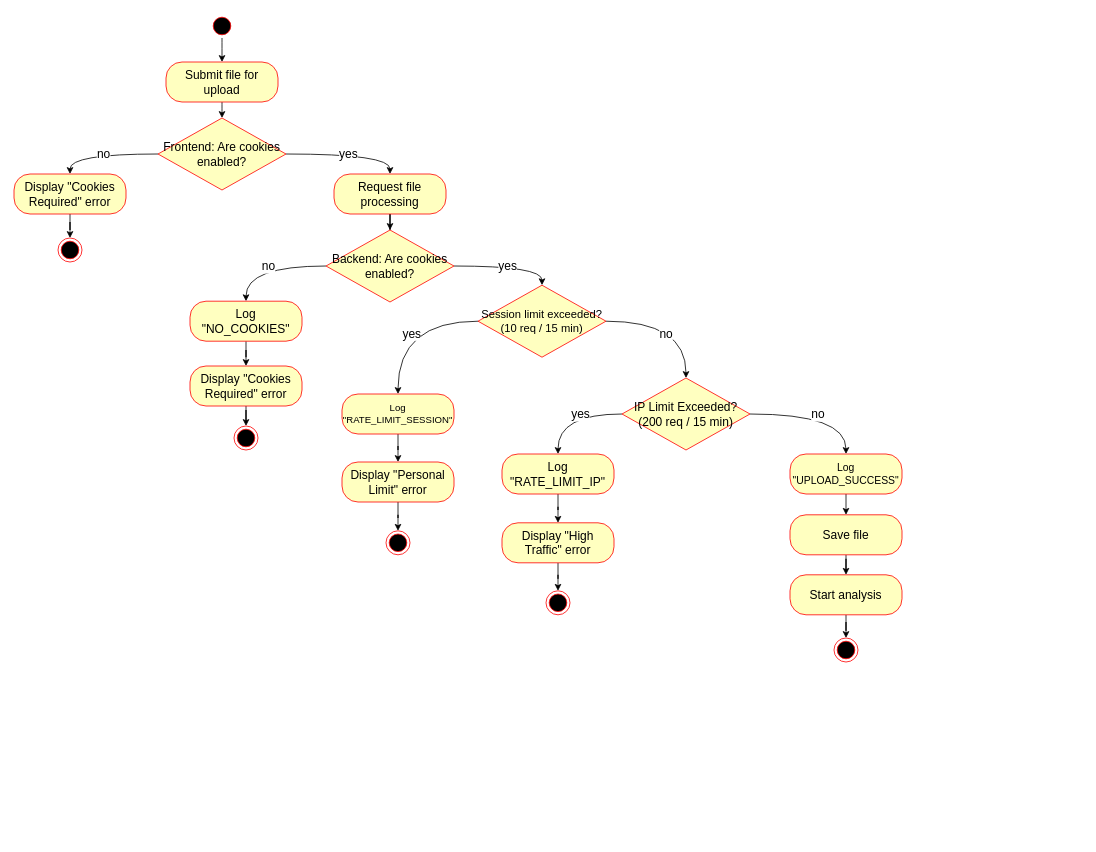
Zabuelis/WebShark keeps this draw.io diagram as doc/WebShark_Rate_Limit_Activity.drawio. Above is the earlier version. Source tidied: cells renumbered, new cells numbered last; positions are measured from the earlier drawing's top-left corner, leaving out a move shared by most shapes. Both pictures are drawn from the tidied source at 80%, with x=0, y=0 at pixel (14, 14).
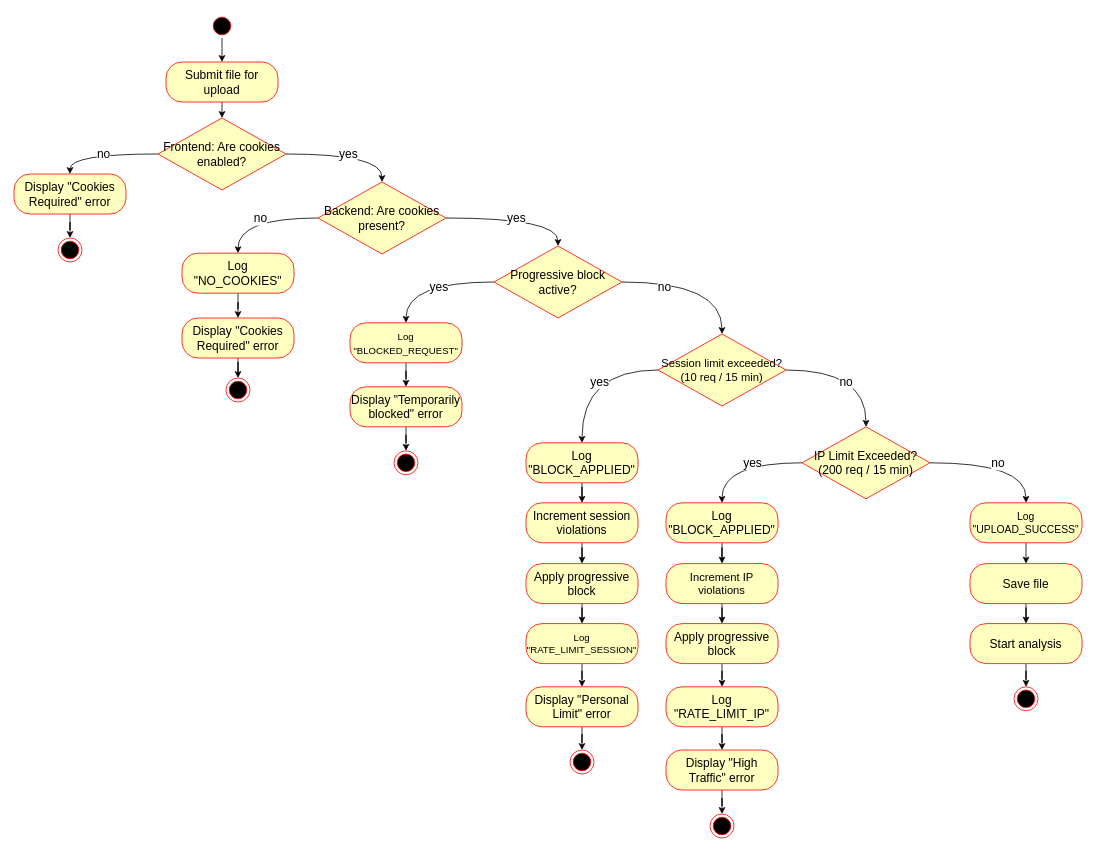
The same diagram, later.

Commit message (it also covers changes not shown here):
updated rate limit activity diagram

The change refers to these unchanged cells:
```xml
<mxCell id="9" value="Frontend: Are cookies enabled?" style="rhombus;fontColor=#000000;fillColor=#ffffc0;strokeColor=#ff0000;fontSize=15;verticalAlign=middle;autosizeText=0;html=1;whiteSpace=wrap;" parent="1" vertex="1">
  <mxGeometry x="180" y="130" width="160" height="90" as="geometry" />
</mxCell>
```

Diff of the diagram source:
```diff
@@
     <mxCell id="4" style="ellipse;html=1;shape=endState;fillColor=#000000;strokeColor=#ff0000;fontSize=14;" parent="1" vertex="1">
-      <mxGeometry x="1025" y="780" width="30" height="30" as="geometry" />
+      <mxGeometry x="1250" y="841" width="30" height="30" as="geometry" />
     </mxCell>
@@
-    <mxCell id="8" value="yes" style="edgeStyle=orthogonalEdgeStyle;rounded=0;jettySize=auto;html=1;entryX=0.5;entryY=0;entryDx=0;entryDy=0;curved=1;fontSize=15;" parent="1" edge="1" source="9" target="13">
-      <mxGeometry relative="1" as="geometry" />
-    </mxCell>
+    <mxCell id="45" value="yes" style="edgeStyle=orthogonalEdgeStyle;rounded=0;jettySize=auto;html=1;exitX=1;exitY=0.5;exitDx=0;exitDy=0;entryX=0.5;entryY=0;entryDx=0;entryDy=0;curved=1;fontSize=15;" parent="1" edge="1" source="9" target="34">
+      <mxGeometry relative="1" as="geometry" />
+    </mxCell>
@@
-    <mxCell id="12" style="edgeStyle=orthogonalEdgeStyle;rounded=0;jettySize=auto;html=1;entryX=0.5;entryY=0;entryDx=0;entryDy=0;" parent="1" edge="1" source="13" target="34">
-      <mxGeometry relative="1" as="geometry" />
-    </mxCell>
-    <mxCell id="13" value="Request file processing" style="rounded=1;whiteSpace=wrap;html=1;arcSize=40;fontColor=#000000;fillColor=#ffffc0;strokeColor=#ff0000;fontSize=15;" parent="1" vertex="1">
-      <mxGeometry x="400" y="200" width="140" height="50" as="geometry" />
-    </mxCell>
@@
-    <mxCell id="15" value="yes" style="edgeStyle=orthogonalEdgeStyle;rounded=0;jettySize=auto;html=1;entryX=0.5;entryY=0;entryDx=0;entryDy=0;curved=1;fontSize=15;verticalAlign=top;align=left;" parent="1" edge="1" source="16" target="27">
-      <mxGeometry relative="1" as="geometry" />
-    </mxCell>
+    <mxCell id="46" style="edgeStyle=orthogonalEdgeStyle;rounded=0;jettySize=auto;html=1;exitX=0;exitY=0.5;exitDx=0;exitDy=0;entryX=0.5;entryY=0;entryDx=0;entryDy=0;curved=1;" parent="1" edge="1" source="16" target="67">
+      <mxGeometry relative="1" as="geometry" />
+    </mxCell>
+    <mxCell id="47" value="yes" style="edgeLabel;html=1;align=center;verticalAlign=middle;fontSize=15;" parent="46" vertex="1">
+      <mxGeometry x="-0.19" y="13" relative="1" as="geometry">
+        <mxPoint x="1" as="offset" />
+      </mxGeometry>
+    </mxCell>
     <mxCell id="16" value="Session limit exceeded? (10 req / 15 min)" style="rhombus;whiteSpace=wrap;html=1;fontColor=#000000;fillColor=#ffffc0;strokeColor=#ff0000;fontSize=14;verticalAlign=middle;align=center;" parent="1" vertex="1">
-      <mxGeometry x="580" y="339" width="160" height="90" as="geometry" />
+      <mxGeometry x="805" y="400" width="160" height="90" as="geometry" />
     </mxCell>
-    <mxCell id="17" value="yes" style="edgeStyle=orthogonalEdgeStyle;rounded=0;jettySize=auto;html=1;entryX=0.5;entryY=0;entryDx=0;entryDy=0;curved=1;exitX=0;exitY=0.5;exitDx=0;exitDy=0;fontSize=15;align=left;verticalAlign=middle;" parent="1" edge="1" source="19" target="25">
-      <mxGeometry relative="1" as="geometry" />
-    </mxCell>
@@
+    <mxCell id="48" value="&lt;div align=&quot;left&quot;&gt;yes&lt;/div&gt;" style="edgeStyle=orthogonalEdgeStyle;rounded=0;jettySize=auto;html=1;exitX=0;exitY=0.5;exitDx=0;exitDy=0;entryX=0.5;entryY=0;entryDx=0;entryDy=0;curved=1;align=left;fontSize=15;" parent="1" edge="1" source="19" target="65">
+      <mxGeometry relative="1" as="geometry" />
+    </mxCell>
     <mxCell id="19" value="IP Limit Exceeded? (200 req / 15 min)" style="rhombus;whiteSpace=wrap;html=1;fontColor=#000000;fillColor=#ffffc0;strokeColor=#ff0000;fontSize=15;" parent="1" vertex="1">
-      <mxGeometry x="760" y="455" width="160" height="90" as="geometry" />
+      <mxGeometry x="985" y="516" width="160" height="90" as="geometry" />
     </mxCell>
@@
     <mxCell id="21" value="Save file" style="rounded=1;whiteSpace=wrap;html=1;arcSize=40;fontColor=#000000;fillColor=#ffffc0;strokeColor=#ff0000;fontSize=15;" parent="1" vertex="1">
-      <mxGeometry x="970" y="626" width="140" height="50" as="geometry" />
+      <mxGeometry x="1195" y="687" width="140" height="50" as="geometry" />
     </mxCell>
@@
     <mxCell id="23" value="Start analysis" style="rounded=1;whiteSpace=wrap;html=1;arcSize=40;fontColor=#000000;fillColor=#ffffc0;strokeColor=#ff0000;fontSize=15;" parent="1" vertex="1">
-      <mxGeometry x="970" y="701" width="140" height="50" as="geometry" />
+      <mxGeometry x="1195" y="762" width="140" height="50" as="geometry" />
     </mxCell>
@@
     <mxCell id="25" value="Log &quot;RATE_LIMIT_IP&quot;" style="rounded=1;whiteSpace=wrap;html=1;arcSize=40;fontColor=#000000;fillColor=#ffffc0;strokeColor=#ff0000;fontSize=15;" parent="1" vertex="1">
-      <mxGeometry x="610" y="550" width="140" height="50" as="geometry" />
+      <mxGeometry x="815" y="841" width="140" height="50" as="geometry" />
     </mxCell>
@@
     <mxCell id="27" value="Log &quot;RATE_LIMIT_SESSION&quot;" style="rounded=1;whiteSpace=wrap;html=1;arcSize=40;fontColor=#000000;fillColor=#ffffc0;strokeColor=#ff0000;fontSize=12;" parent="1" vertex="1">
-      <mxGeometry x="410" y="475" width="140" height="50" as="geometry" />
+      <mxGeometry x="640" y="762" width="140" height="50" as="geometry" />
     </mxCell>
@@
     <mxCell id="29" value="Display &quot;Personal Limit&quot; error" style="rounded=1;whiteSpace=wrap;html=1;arcSize=40;fontColor=#000000;fillColor=#ffffc0;strokeColor=#ff0000;fontSize=15;" parent="1" vertex="1">
-      <mxGeometry x="410" y="560" width="140" height="50" as="geometry" />
+      <mxGeometry x="640" y="841" width="140" height="50" as="geometry" />
     </mxCell>
@@
     <mxCell id="31" value="Display &quot;High Traffic&quot; error" style="rounded=1;whiteSpace=wrap;html=1;arcSize=40;fontColor=#000000;fillColor=#ffffc0;strokeColor=#ff0000;fontSize=15;" parent="1" vertex="1">
-      <mxGeometry x="610" y="636" width="140" height="50" as="geometry" />
+      <mxGeometry x="815" y="920" width="140" height="50" as="geometry" />
     </mxCell>
@@
-    <mxCell id="33" value="yes" style="edgeStyle=orthogonalEdgeStyle;rounded=0;jettySize=auto;html=1;entryX=0.5;entryY=0;entryDx=0;entryDy=0;curved=1;fontSize=15;" parent="1" edge="1" source="34" target="16">
-      <mxGeometry relative="1" as="geometry" />
-    </mxCell>
+    <mxCell id="49" value="yes" style="edgeStyle=orthogonalEdgeStyle;rounded=0;jettySize=auto;html=1;exitX=1;exitY=0.5;exitDx=0;exitDy=0;entryX=0.5;entryY=0;entryDx=0;entryDy=0;curved=1;fontSize=15;" parent="1" edge="1" source="34" target="54">
+      <mxGeometry relative="1" as="geometry" />
+    </mxCell>
-    <mxCell id="34" value="Backend: Are cookies enabled?" style="rhombus;whiteSpace=wrap;html=1;fontColor=#000000;fillColor=#ffffc0;strokeColor=#ff0000;fontSize=15;" parent="1" vertex="1">
-      <mxGeometry x="390" y="270" width="160" height="90" as="geometry" />
+    <mxCell id="34" value="Backend: Are cookies present?" style="rhombus;whiteSpace=wrap;html=1;fontColor=#000000;fillColor=#ffffc0;strokeColor=#ff0000;fontSize=15;" parent="1" vertex="1">
+      <mxGeometry x="380" y="210" width="160" height="90" as="geometry" />
     </mxCell>
@@
     <mxCell id="37" value="Display &quot;Cookies Required&quot; error" style="rounded=1;whiteSpace=wrap;html=1;arcSize=40;fontColor=#000000;fillColor=#ffffc0;strokeColor=#ff0000;fontSize=15;" parent="1" vertex="1">
-      <mxGeometry x="220" y="440" width="140" height="50" as="geometry" />
+      <mxGeometry x="210" y="380" width="140" height="50" as="geometry" />
     </mxCell>
     <mxCell id="38" style="ellipse;html=1;shape=endState;fillColor=#000000;strokeColor=#ff0000;" parent="1" vertex="1">
-      <mxGeometry x="275" y="515" width="30" height="30" as="geometry" />
+      <mxGeometry x="265" y="455" width="30" height="30" as="geometry" />
     </mxCell>
     <mxCell id="39" style="ellipse;html=1;shape=endState;fillColor=#000000;strokeColor=#ff0000;" parent="1" vertex="1">
-      <mxGeometry x="465" y="646" width="30" height="30" as="geometry" />
+      <mxGeometry x="695" y="920" width="30" height="30" as="geometry" />
     </mxCell>
     <mxCell id="40" style="ellipse;html=1;shape=endState;fillColor=#000000;strokeColor=#ff0000;" parent="1" vertex="1">
-      <mxGeometry x="665" y="721" width="30" height="30" as="geometry" />
+      <mxGeometry x="870" y="1000" width="30" height="30" as="geometry" />
     </mxCell>
@@
     <mxCell id="42" value="Log &quot;NO_COOKIES&quot;" style="rounded=1;whiteSpace=wrap;html=1;arcSize=40;fontColor=#000000;fillColor=#ffffc0;strokeColor=#ff0000;fontSize=15;" parent="1" vertex="1">
-      <mxGeometry x="220" y="359" width="140" height="50" as="geometry" />
+      <mxGeometry x="210" y="299" width="140" height="50" as="geometry" />
     </mxCell>
@@
     <mxCell id="44" value="Log &quot;UPLOAD_SUCCESS&quot;" style="rounded=1;whiteSpace=wrap;html=1;arcSize=40;fontColor=#000000;fillColor=#ffffc0;strokeColor=#ff0000;fontSize=13;" parent="1" vertex="1">
-      <mxGeometry x="970" y="550" width="140" height="50" as="geometry" />
+      <mxGeometry x="1195" y="611" width="140" height="50" as="geometry" />
     </mxCell>
+    <mxCell id="50" style="edgeStyle=orthogonalEdgeStyle;rounded=0;jettySize=auto;html=1;entryX=0.5;entryY=0;entryDx=0;entryDy=0;curved=1;" parent="1" edge="1" source="54" target="58">
+      <mxGeometry relative="1" as="geometry" />
+    </mxCell>
+    <mxCell id="51" value="yes" style="edgeLabel;html=1;align=center;verticalAlign=middle;fontSize=15;" parent="50" vertex="1">
+      <mxGeometry x="-0.13" y="5" relative="1" as="geometry" />
+    </mxCell>
+    <mxCell id="52" style="edgeStyle=orthogonalEdgeStyle;rounded=0;jettySize=auto;html=1;exitX=1;exitY=0.5;exitDx=0;exitDy=0;entryX=0.5;entryY=0;entryDx=0;entryDy=0;curved=1;" parent="1" edge="1" source="54" target="16">
+      <mxGeometry relative="1" as="geometry" />
+    </mxCell>
+    <mxCell id="53" value="no" style="edgeLabel;html=1;align=center;verticalAlign=middle;fontSize=15;" parent="52" vertex="1">
+      <mxGeometry x="-0.45" y="-5" relative="1" as="geometry" />
+    </mxCell>
+    <mxCell id="54" value="Progressive block active?" style="rhombus;whiteSpace=wrap;html=1;fontColor=#000000;fillColor=#ffffc0;strokeColor=#ff0000;fontSize=15;" parent="1" vertex="1">
+      <mxGeometry x="600" y="290" width="160" height="90" as="geometry" />
+    </mxCell>
+    <mxCell id="55" style="edgeStyle=orthogonalEdgeStyle;rounded=0;jettySize=auto;html=1;entryX=0.5;entryY=0;entryDx=0;entryDy=0;" parent="1" edge="1" source="56" target="59">
+      <mxGeometry relative="1" as="geometry" />
+    </mxCell>
+    <mxCell id="56" value="Display &quot;Temporarily blocked&quot; error" style="rounded=1;whiteSpace=wrap;html=1;arcSize=40;fontColor=#000000;fillColor=#ffffc0;strokeColor=#ff0000;fontSize=15;" parent="1" vertex="1">
+      <mxGeometry x="420" y="466" width="140" height="50" as="geometry" />
+    </mxCell>
+    <mxCell id="57" style="edgeStyle=orthogonalEdgeStyle;rounded=0;jettySize=auto;html=1;entryX=0.5;entryY=0;entryDx=0;entryDy=0;" parent="1" edge="1" source="58" target="56">
+      <mxGeometry relative="1" as="geometry" />
+    </mxCell>
+    <mxCell id="58" value="&lt;font style=&quot;font-size: 12px;&quot;&gt;Log &quot;BLOCKED_REQUEST&quot;&lt;/font&gt;" style="rounded=1;whiteSpace=wrap;html=1;arcSize=40;fontColor=#000000;fillColor=#ffffc0;strokeColor=#ff0000;fontSize=15;" parent="1" vertex="1">
+      <mxGeometry x="420" y="386" width="140" height="50" as="geometry" />
+    </mxCell>
+    <mxCell id="59" style="ellipse;html=1;shape=endState;fillColor=#000000;strokeColor=#ff0000;" parent="1" vertex="1">
+      <mxGeometry x="475" y="546" width="30" height="30" as="geometry" />
+    </mxCell>
+    <mxCell id="60" style="edgeStyle=orthogonalEdgeStyle;rounded=0;jettySize=auto;html=1;entryX=0.5;entryY=0;entryDx=0;entryDy=0;" parent="1" edge="1" source="61" target="69">
+      <mxGeometry relative="1" as="geometry" />
+    </mxCell>
+    <mxCell id="61" value="&lt;font&gt;Increment session violations&lt;/font&gt;" style="rounded=1;whiteSpace=wrap;html=1;arcSize=40;fontColor=#000000;fillColor=#ffffc0;strokeColor=#ff0000;fontSize=15;" parent="1" vertex="1">
+      <mxGeometry x="640" y="611" width="140" height="50" as="geometry" />
+    </mxCell>
+    <mxCell id="62" style="edgeStyle=orthogonalEdgeStyle;rounded=0;jettySize=auto;html=1;entryX=0.5;entryY=0;entryDx=0;entryDy=0;" parent="1" edge="1" source="63" target="71">
+      <mxGeometry relative="1" as="geometry" />
+    </mxCell>
+    <mxCell id="63" value="&lt;font style=&quot;font-size: 14px;&quot;&gt;Increment IP violations&lt;/font&gt;" style="rounded=1;whiteSpace=wrap;html=1;arcSize=40;fontColor=#000000;fillColor=#ffffc0;strokeColor=#ff0000;fontSize=12;" parent="1" vertex="1">
+      <mxGeometry x="815" y="687" width="140" height="50" as="geometry" />
+    </mxCell>
+    <mxCell id="64" style="edgeStyle=orthogonalEdgeStyle;rounded=0;jettySize=auto;html=1;entryX=0.5;entryY=0;entryDx=0;entryDy=0;" parent="1" edge="1" source="65" target="63">
+      <mxGeometry relative="1" as="geometry" />
+    </mxCell>
+    <mxCell id="65" value="Log &quot;BLOCK_APPLIED&quot;" style="rounded=1;whiteSpace=wrap;html=1;arcSize=40;fontColor=#000000;fillColor=#ffffc0;strokeColor=#ff0000;fontSize=15;" parent="1" vertex="1">
+      <mxGeometry x="815" y="611" width="140" height="50" as="geometry" />
+    </mxCell>
+    <mxCell id="66" style="edgeStyle=orthogonalEdgeStyle;rounded=0;jettySize=auto;html=1;entryX=0.5;entryY=0;entryDx=0;entryDy=0;" parent="1" edge="1" source="67" target="61">
+      <mxGeometry relative="1" as="geometry" />
+    </mxCell>
+    <mxCell id="67" value="Log &quot;BLOCK_APPLIED&quot;" style="rounded=1;whiteSpace=wrap;html=1;arcSize=40;fontColor=#000000;fillColor=#ffffc0;strokeColor=#ff0000;fontSize=15;" parent="1" vertex="1">
+      <mxGeometry x="640" y="536" width="140" height="50" as="geometry" />
+    </mxCell>
+    <mxCell id="68" style="edgeStyle=orthogonalEdgeStyle;rounded=0;jettySize=auto;html=1;entryX=0.5;entryY=0;entryDx=0;entryDy=0;" parent="1" edge="1" source="69" target="27">
+      <mxGeometry relative="1" as="geometry" />
+    </mxCell>
+    <mxCell id="69" value="Apply progressive block" style="rounded=1;whiteSpace=wrap;html=1;arcSize=40;fontColor=#000000;fillColor=#ffffc0;strokeColor=#ff0000;fontSize=15;" parent="1" vertex="1">
+      <mxGeometry x="640" y="687" width="140" height="50" as="geometry" />
+    </mxCell>
+    <mxCell id="70" style="edgeStyle=orthogonalEdgeStyle;rounded=0;jettySize=auto;html=1;entryX=0.5;entryY=0;entryDx=0;entryDy=0;" parent="1" edge="1" source="71" target="25">
+      <mxGeometry relative="1" as="geometry" />
+    </mxCell>
+    <mxCell id="71" value="Apply progressive block" style="rounded=1;whiteSpace=wrap;html=1;arcSize=40;fontColor=#000000;fillColor=#ffffc0;strokeColor=#ff0000;fontSize=15;" parent="1" vertex="1">
+      <mxGeometry x="815" y="762" width="140" height="50" as="geometry" />
+    </mxCell>
```
